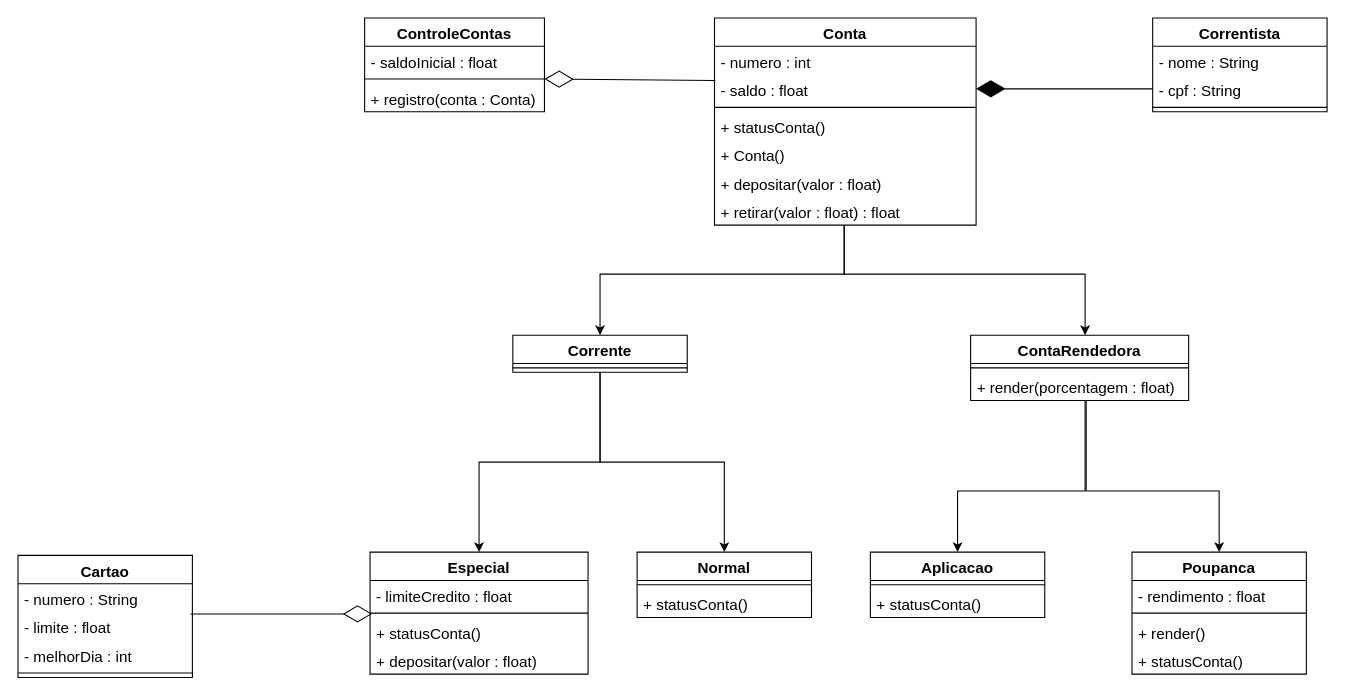
This is Atividades/Exercício Herança com Polimorfismo de Sobrescrita/Exercício Herança com Polimorfismo de Sobrescrita.drawio from Felix-xilef/Programacao-Orientada-a-Objeto, a draw.io file, before an edit. Source tidied: cells renumbered, new cells numbered last; positions are measured from the earlier drawing's top-left corner, leaving out a move shared by most shapes. Both pictures are drawn from the tidied source at 109%, with x=0, y=0 at pixel (17, 17).
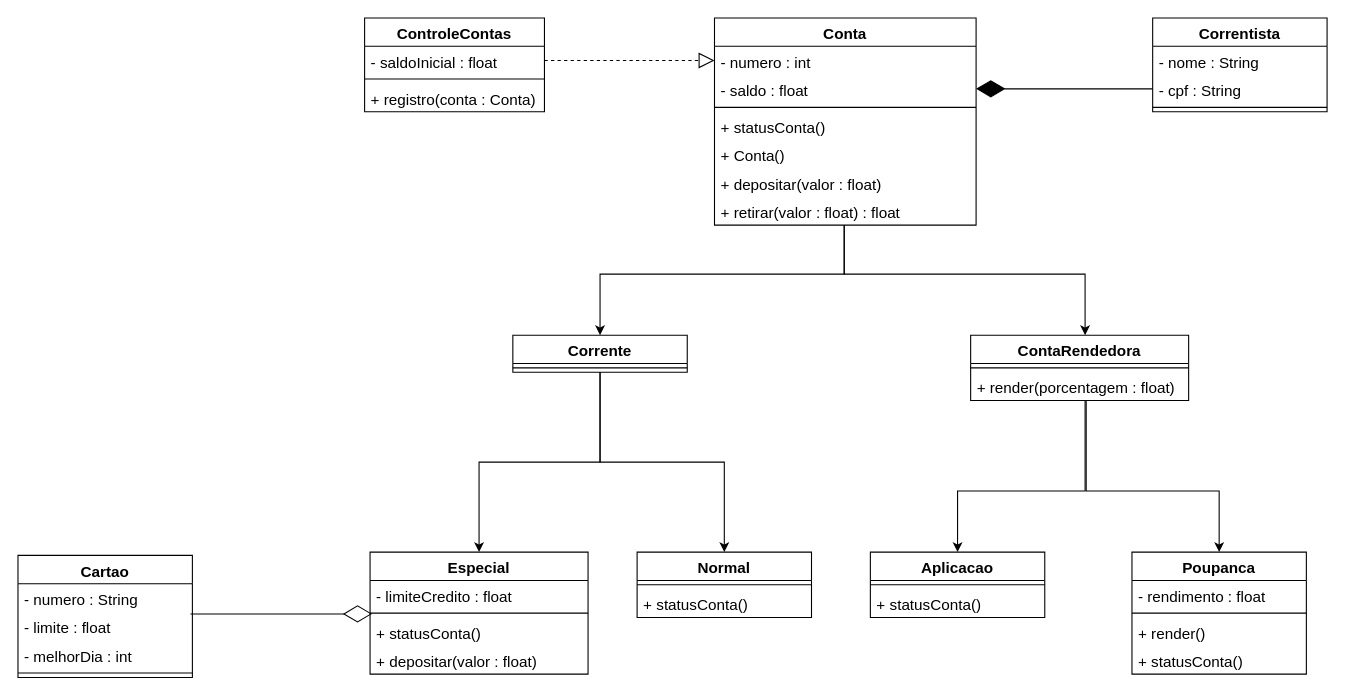
After the change.

The change refers to these unchanged cells:
```xml
<mxCell id="41" value="- saldoInicial : float" style="text;strokeColor=none;fillColor=none;align=left;verticalAlign=top;spacingLeft=4;spacingRight=4;overflow=hidden;points=[[0,0.5],[1,0.5]];portConstraint=eastwest;fontSize=14;" parent="40" vertex="1">
  <mxGeometry y="26" width="165" height="26" as="geometry" />
</mxCell>
<mxCell id="44" value="Conta" style="swimlane;fontStyle=1;align=center;verticalAlign=top;horizontal=1;startSize=26;fontSize=14;" parent="1" vertex="1">
  <mxGeometry x="639" width="240" height="190" as="geometry" />
</mxCell>
<mxCell id="45" value="- numero : int" style="text;strokeColor=none;fillColor=none;align=left;verticalAlign=top;spacingLeft=4;spacingRight=4;overflow=hidden;points=[[0,0.5],[1,0.5]];portConstraint=eastwest;fontSize=14;" parent="44" vertex="1">
  <mxGeometry y="26" width="240" height="26" as="geometry" />
</mxCell>
<mxCell id="46" value="- saldo : float" style="text;strokeColor=none;fillColor=none;align=left;verticalAlign=top;spacingLeft=4;spacingRight=4;overflow=hidden;points=[[0,0.5],[1,0.5]];portConstraint=eastwest;fontSize=14;" parent="44" vertex="1">
  <mxGeometry y="52" width="240" height="26" as="geometry" />
</mxCell>
```

Change to the diagram source:
```diff
@@
-    <mxCell id="52" style="endArrow=diamondThin;endFill=0;endSize=24;html=1;fontSize=14;entryX=0.003;entryY=0.207;entryDx=0;entryDy=0;entryPerimeter=0;exitX=0.003;exitY=0.207;exitDx=0;exitDy=0;exitPerimeter=0;" parent="44" edge="1" source="46">
-      <mxGeometry relative="1" as="geometry">
-        <mxPoint x="-156" y="56" as="targetPoint" />
-      </mxGeometry>
-    </mxCell>
+    <mxCell id="53" style="endArrow=block;dashed=1;endFill=0;endSize=12;html=1;entryX=0;entryY=0.5;entryDx=0;entryDy=0;exitX=1;exitY=0.5;exitDx=0;exitDy=0;" parent="1" edge="1" source="41" target="45">
+      <mxGeometry relative="1" as="geometry" />
+    </mxCell>
```
